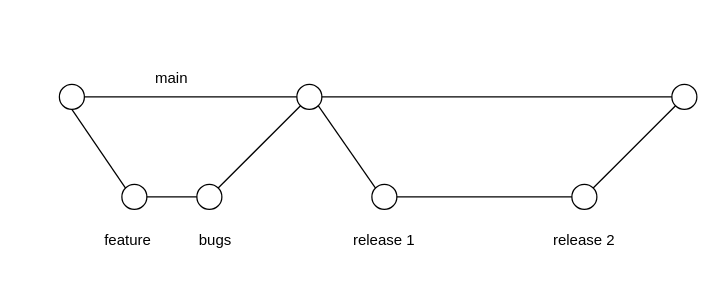
surajnaik90/Architectures-Designs keeps this draw.io diagram as BranchStrategy.drawio. Above is the earlier version. Source tidied: cells renumbered, new cells numbered last; positions are measured from the earlier drawing's top-left corner, leaving out a move shared by most shapes. Both pictures are drawn from the tidied source at 125%, with x=0, y=0 at pixel (46, 59).
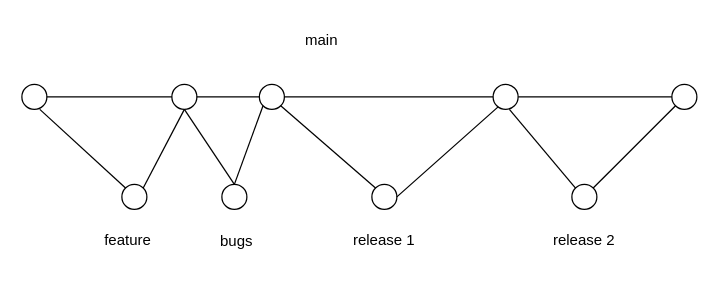
The same page after the edit.

Unchanged cells that the change refers to:
```xml
<mxCell id="4" style="ellipse;whiteSpace=wrap;html=1;" parent="1" vertex="1">
  <mxGeometry x="500" y="20" width="20" height="20" as="geometry" />
</mxCell>
<mxCell id="5" style="ellipse;whiteSpace=wrap;html=1;" parent="1" vertex="1">
  <mxGeometry x="60" y="100" width="20" height="20" as="geometry" />
</mxCell>
<mxCell id="7" style="ellipse;whiteSpace=wrap;html=1;" parent="1" vertex="1">
  <mxGeometry x="260" y="100" width="20" height="20" as="geometry" />
</mxCell>
<mxCell id="8" style="ellipse;whiteSpace=wrap;html=1;" parent="1" vertex="1">
  <mxGeometry x="420" y="100" width="20" height="20" as="geometry" />
</mxCell>
```

The edit, as a diff of the source:
```diff
@@
     <mxCell id="2" style="ellipse;whiteSpace=wrap;html=1;" parent="1" vertex="1">
-      <mxGeometry x="10" y="20" width="20" height="20" as="geometry" />
+      <mxGeometry x="-20" y="20" width="20" height="20" as="geometry" />
     </mxCell>
     <mxCell id="3" style="ellipse;whiteSpace=wrap;html=1;" parent="1" vertex="1">
-      <mxGeometry x="200" y="20" width="20" height="20" as="geometry" />
+      <mxGeometry x="170" y="20" width="20" height="20" as="geometry" />
     </mxCell>
@@
     <mxCell id="6" style="ellipse;whiteSpace=wrap;html=1;" parent="1" vertex="1">
-      <mxGeometry x="120" y="100" width="20" height="20" as="geometry" />
+      <mxGeometry x="140" y="100" width="20" height="20" as="geometry" />
     </mxCell>
@@
-    <mxCell id="10" style="endArrow=none;html=1;rounded=0;exitX=1;exitY=0.5;exitDx=0;exitDy=0;entryX=0;entryY=0.5;entryDx=0;entryDy=0;" parent="1" edge="1" source="3" target="4">
+    <mxCell id="10" style="endArrow=none;html=1;rounded=0;exitX=1;exitY=0.5;exitDx=0;exitDy=0;entryX=0;entryY=0.5;entryDx=0;entryDy=0;startArrow=none;" parent="1" edge="1" source="23" target="4">
       <mxGeometry relative="1" as="geometry" />
     </mxCell>
     <mxCell id="11" value="main" style="text;html=1;strokeColor=none;fillColor=none;align=center;verticalAlign=middle;whiteSpace=wrap;rounded=0;" parent="1" vertex="1">
-      <mxGeometry x="70" width="60" height="30" as="geometry" />
+      <mxGeometry x="190" y="-30" width="60" height="30" as="geometry" />
     </mxCell>
-    <mxCell id="12" style="endArrow=none;html=1;rounded=0;exitX=1;exitY=0.5;exitDx=0;exitDy=0;entryX=0;entryY=0.5;entryDx=0;entryDy=0;" parent="1" edge="1" source="5" target="6">
-      <mxGeometry relative="1" as="geometry" />
-    </mxCell>
-    <mxCell id="13" style="endArrow=none;html=1;rounded=0;entryX=0;entryY=0.5;entryDx=0;entryDy=0;exitX=1;exitY=0.5;exitDx=0;exitDy=0;" parent="1" edge="1" source="7" target="8">
-      <mxGeometry relative="1" as="geometry" />
+    <mxCell id="13" style="endArrow=none;html=1;rounded=0;exitX=1;exitY=0.5;exitDx=0;exitDy=0;" parent="1" edge="1" source="7">
+      <mxGeometry relative="1" as="geometry">
+        <mxPoint x="370" y="30" as="targetPoint" />
+      </mxGeometry>
     </mxCell>
-    <mxCell id="14" style="endArrow=none;html=1;rounded=0;entryX=0;entryY=1;entryDx=0;entryDy=0;exitX=1;exitY=0;exitDx=0;exitDy=0;" parent="1" edge="1" source="6" target="3">
-      <mxGeometry relative="1" as="geometry" />
+    <mxCell id="14" style="endArrow=none;html=1;rounded=0;entryX=0;entryY=1;entryDx=0;entryDy=0;" parent="1" edge="1" target="3">
+      <mxGeometry relative="1" as="geometry">
+        <mxPoint x="150" y="100" as="sourcePoint" />
+      </mxGeometry>
     </mxCell>
-    <mxCell id="15" style="endArrow=none;html=1;rounded=0;entryX=0.5;entryY=1;entryDx=0;entryDy=0;exitX=0;exitY=0;exitDx=0;exitDy=0;" parent="1" edge="1" source="5" target="2">
-      <mxGeometry relative="1" as="geometry">
-        <Array as="points">
-          <mxPoint x="20" y="40" />
-        </Array>
-      </mxGeometry>
-    </mxCell>
@@
     <mxCell id="19" value="bugs" style="text;html=1;strokeColor=none;fillColor=none;align=center;verticalAlign=middle;whiteSpace=wrap;rounded=0;" parent="1" vertex="1">
-      <mxGeometry x="70" y="130" width="130" height="30" as="geometry" />
+      <mxGeometry x="87" y="131" width="130" height="30" as="geometry" />
     </mxCell>
@@
+    <mxCell id="22" style="endArrow=none;html=1;rounded=0;exitX=1;exitY=0.5;exitDx=0;exitDy=0;entryX=0;entryY=0.5;entryDx=0;entryDy=0;" parent="1" edge="1" source="3" target="23">
+      <mxGeometry relative="1" as="geometry" />
+    </mxCell>
+    <mxCell id="23" style="ellipse;whiteSpace=wrap;html=1;" parent="1" vertex="1">
+      <mxGeometry x="357" y="20" width="20" height="20" as="geometry" />
+    </mxCell>
+    <mxCell id="24" style="endArrow=none;html=1;rounded=0;exitX=0;exitY=0;exitDx=0;exitDy=0;" parent="1" edge="1" source="8">
+      <mxGeometry relative="1" as="geometry">
+        <mxPoint x="370" y="40" as="targetPoint" />
+      </mxGeometry>
+    </mxCell>
+    <mxCell id="25" style="endArrow=none;html=1;rounded=0;exitX=0.5;exitY=1;exitDx=0;exitDy=0;entryX=0.5;entryY=0;entryDx=0;entryDy=0;" parent="1" edge="1" source="27" target="6">
+      <mxGeometry relative="1" as="geometry" />
+    </mxCell>
+    <mxCell id="26" style="endArrow=none;html=1;rounded=0;entryX=0.5;entryY=1;entryDx=0;entryDy=0;exitX=1;exitY=0;exitDx=0;exitDy=0;" parent="1" edge="1" source="5" target="27">
+      <mxGeometry relative="1" as="geometry" />
+    </mxCell>
+    <mxCell id="27" style="ellipse;whiteSpace=wrap;html=1;" parent="1" vertex="1">
+      <mxGeometry x="100" y="20" width="20" height="20" as="geometry" />
+    </mxCell>
+    <mxCell id="15" style="endArrow=none;html=1;rounded=0;exitX=0;exitY=0;exitDx=0;exitDy=0;entryX=0.717;entryY=1;entryDx=0;entryDy=0;entryPerimeter=0;" parent="1" edge="1" source="5" target="2">
+      <mxGeometry relative="1" as="geometry" />
+    </mxCell>
```
